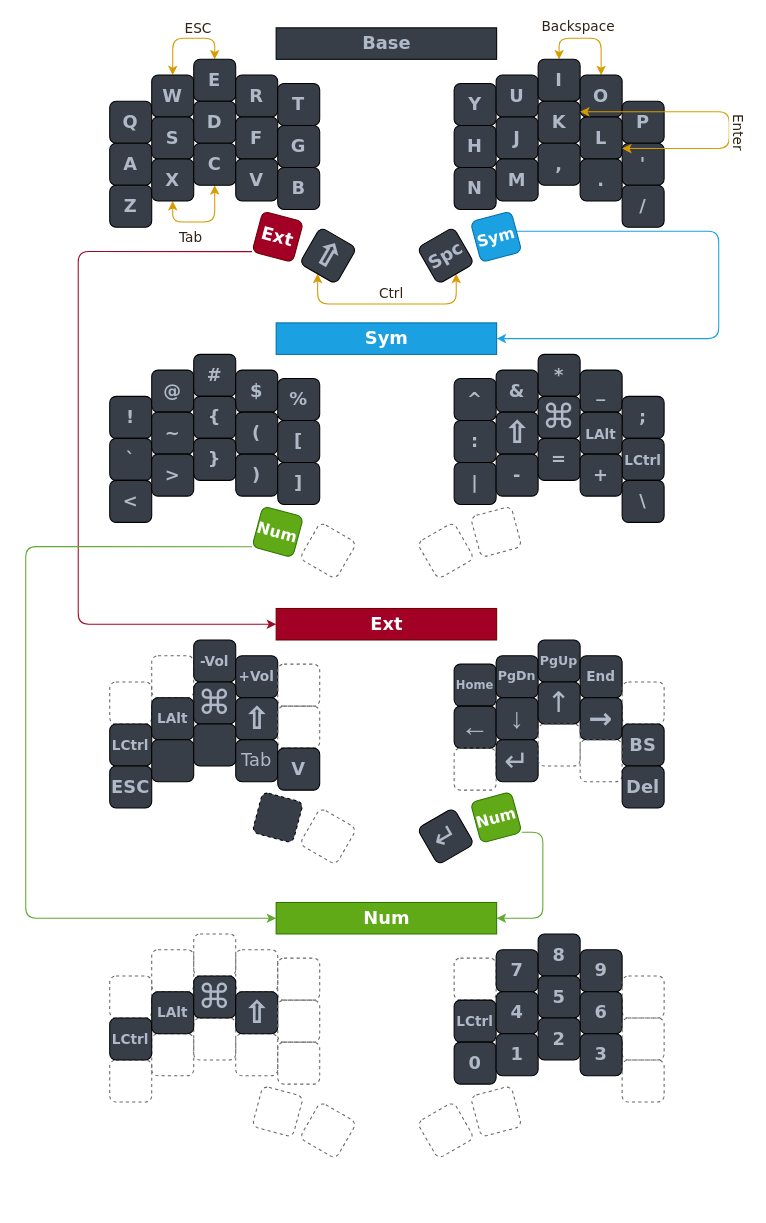
Above: assets/layout.drawio in nirosys/sweep-kmk (draw.io), before the change. Source tidied: cells renumbered, new cells numbered last; positions are measured from the earlier drawing's top-left corner, leaving out a move shared by most shapes. Both pictures are drawn from the tidied source at 105%, with x=0, y=0 at pixel (25, 27).
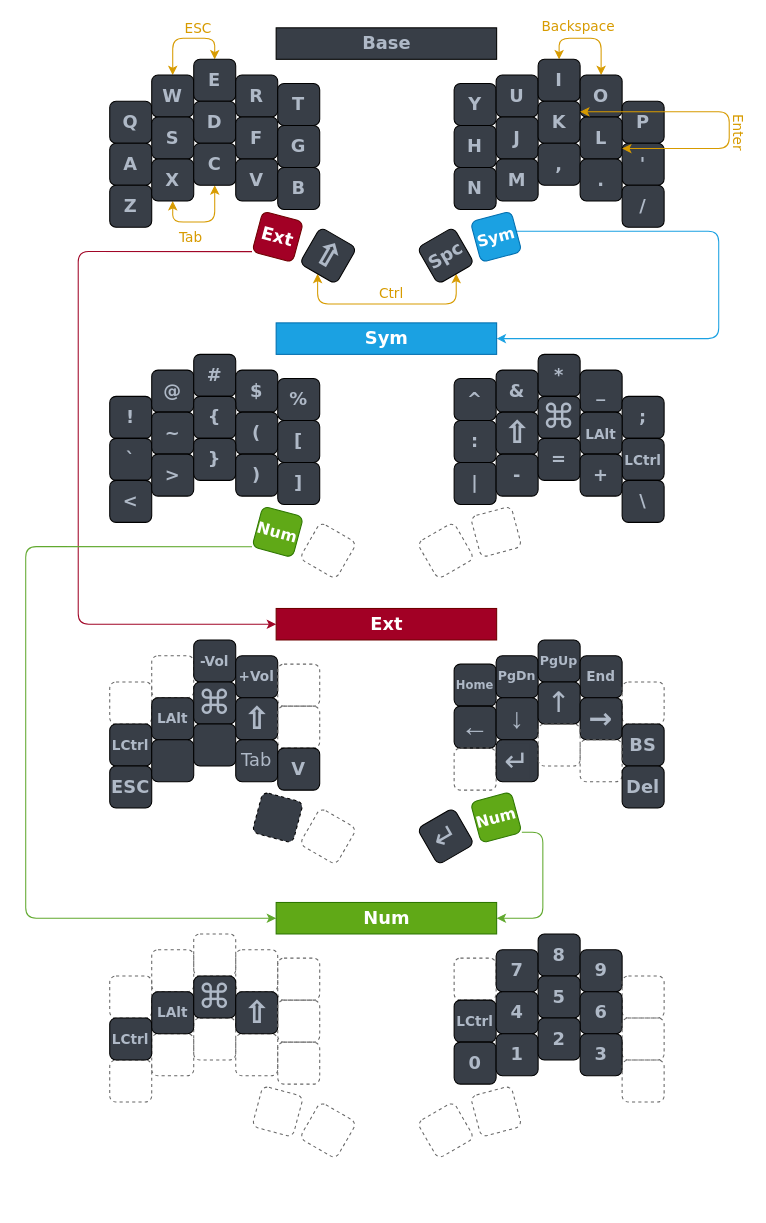
Above is the later version.

Commit message (it also covers changes not shown here):
Update colors on layout image

The change refers to these unchanged cells:
```xml
<mxCell id="3" style="edgeStyle=orthogonalEdgeStyle;rounded=1;jettySize=auto;html=1;exitX=0.5;exitY=0;exitDx=0;exitDy=0;entryX=0.5;entryY=0;entryDx=0;entryDy=0;fontFamily=Verdana;fontSize=13;fontColor=#302316;startArrow=classic;startFill=1;strokeColor=#d79b00;fillColor=#ffe6cc;" parent="1" edge="1" source="5" target="6">
  <mxGeometry relative="1" as="geometry" />
</mxCell>
<mxCell id="15" style="edgeStyle=orthogonalEdgeStyle;rounded=1;sketch=0;jettySize=auto;html=1;exitX=0.5;exitY=1;exitDx=0;exitDy=0;entryX=0.5;entryY=1;entryDx=0;entryDy=0;fontFamily=Verdana;fontSize=13;fontColor=#302316;startArrow=classic;startFill=1;strokeColor=#d79b00;fillColor=#ffe6cc;" parent="1" edge="1" source="17" target="18">
  <mxGeometry relative="1" as="geometry" />
</mxCell>
<mxCell id="23" style="edgeStyle=orthogonalEdgeStyle;rounded=1;sketch=0;jettySize=auto;html=1;exitX=0.5;exitY=1;exitDx=0;exitDy=0;entryX=0.5;entryY=1;entryDx=0;entryDy=0;fontFamily=Verdana;fontSize=13;fontColor=#302316;startArrow=classic;startFill=1;strokeColor=#d79b00;fillColor=#ffe6cc;" parent="1" edge="1" source="25" target="43">
  <mxGeometry relative="1" as="geometry">
    <Array as="points">
      <mxPoint x="278" y="263" />
      <mxPoint x="410" y="263" />
    </Array>
  </mxGeometry>
</mxCell>
<mxCell id="28" style="edgeStyle=orthogonalEdgeStyle;rounded=1;jettySize=auto;html=1;exitX=0.5;exitY=0;exitDx=0;exitDy=0;entryX=0.5;entryY=0;entryDx=0;entryDy=0;fontFamily=Verdana;fontSize=13;fontColor=#302316;startArrow=classic;startFill=1;strokeColor=#d79b00;fillColor=#ffe6cc;" parent="1" edge="1" source="30" target="31">
  <mxGeometry relative="1" as="geometry" />
</mxCell>
<mxCell id="155" style="edgeStyle=orthogonalEdgeStyle;rounded=1;jettySize=auto;html=1;exitX=1;exitY=0.25;exitDx=0;exitDy=0;entryX=1;entryY=0.75;entryDx=0;entryDy=0;fontFamily=Verdana;fontSize=13;fontColor=#302316;startArrow=classic;startFill=1;strokeColor=#d79b00;sketch=0;fillColor=#ffe6cc;" parent="1" edge="1" source="35" target="36">
  <mxGeometry relative="1" as="geometry">
    <Array as="points">
      <mxPoint x="670" y="80" />
      <mxPoint x="670" y="115" />
    </Array>
  </mxGeometry>
</mxCell>
```

Diff of the diagram source:
```diff
@@
-    <mxCell id="4" value="ESC" style="edgeLabel;html=1;align=center;verticalAlign=bottom;fontSize=13;fontFamily=Verdana;fontColor=#302316;" parent="3" vertex="1">
+    <mxCell id="4" value="ESC" style="edgeLabel;html=1;align=center;verticalAlign=bottom;fontSize=13;fontFamily=Verdana;fontColor=#D79B00;labelBackgroundColor=none;" parent="3" vertex="1">
       <mxGeometry x="0.22" relative="1" as="geometry" />
     </mxCell>
@@
-    <mxCell id="16" value="Tab" style="edgeLabel;html=1;align=center;verticalAlign=top;fontSize=13;fontFamily=Verdana;fontColor=#302316;" parent="15" vertex="1">
+    <mxCell id="16" value="Tab" style="edgeLabel;html=1;align=center;verticalAlign=top;fontSize=13;fontFamily=Verdana;fontColor=#D79B00;labelBackgroundColor=none;" parent="15" vertex="1">
       <mxGeometry x="-0.24" relative="1" as="geometry" />
     </mxCell>
@@
-    <mxCell id="24" value="Ctrl" style="edgeLabel;html=1;align=center;verticalAlign=bottom;fontSize=13;fontFamily=Verdana;fontColor=#302316;" parent="23" vertex="1">
+    <mxCell id="24" value="Ctrl" style="edgeLabel;html=1;align=center;verticalAlign=bottom;fontSize=13;fontFamily=Verdana;fontColor=#D79B00;labelBackgroundColor=none;" parent="23" vertex="1">
       <mxGeometry x="0.03" relative="1" as="geometry" />
     </mxCell>
@@
-    <mxCell id="29" value="Backspace" style="edgeLabel;html=1;align=center;verticalAlign=bottom;fontSize=13;fontFamily=Verdana;fontColor=#302316;" parent="28" vertex="1">
+    <mxCell id="29" value="Backspace" style="edgeLabel;html=1;align=center;verticalAlign=bottom;fontSize=13;fontFamily=Verdana;fontColor=#D79B00;labelBackgroundColor=none;" parent="28" vertex="1">
       <mxGeometry x="-0.22" y="1" relative="1" as="geometry" />
     </mxCell>
@@
-    <mxCell id="156" value="Enter" style="edgeLabel;html=1;align=center;verticalAlign=bottom;fontSize=13;fontFamily=Verdana;fontColor=#302316;horizontal=1;rotation=90;" parent="155" vertex="1">
+    <mxCell id="156" value="Enter" style="edgeLabel;html=1;align=center;verticalAlign=bottom;fontSize=13;fontFamily=Verdana;fontColor=#D79B00;horizontal=1;rotation=90;labelBackgroundColor=none;" parent="155" vertex="1">
       <mxGeometry x="0.11" y="-3" relative="1" as="geometry">
         <mxPoint x="3" y="6" as="offset" />
       </mxGeometry>
     </mxCell>
```
